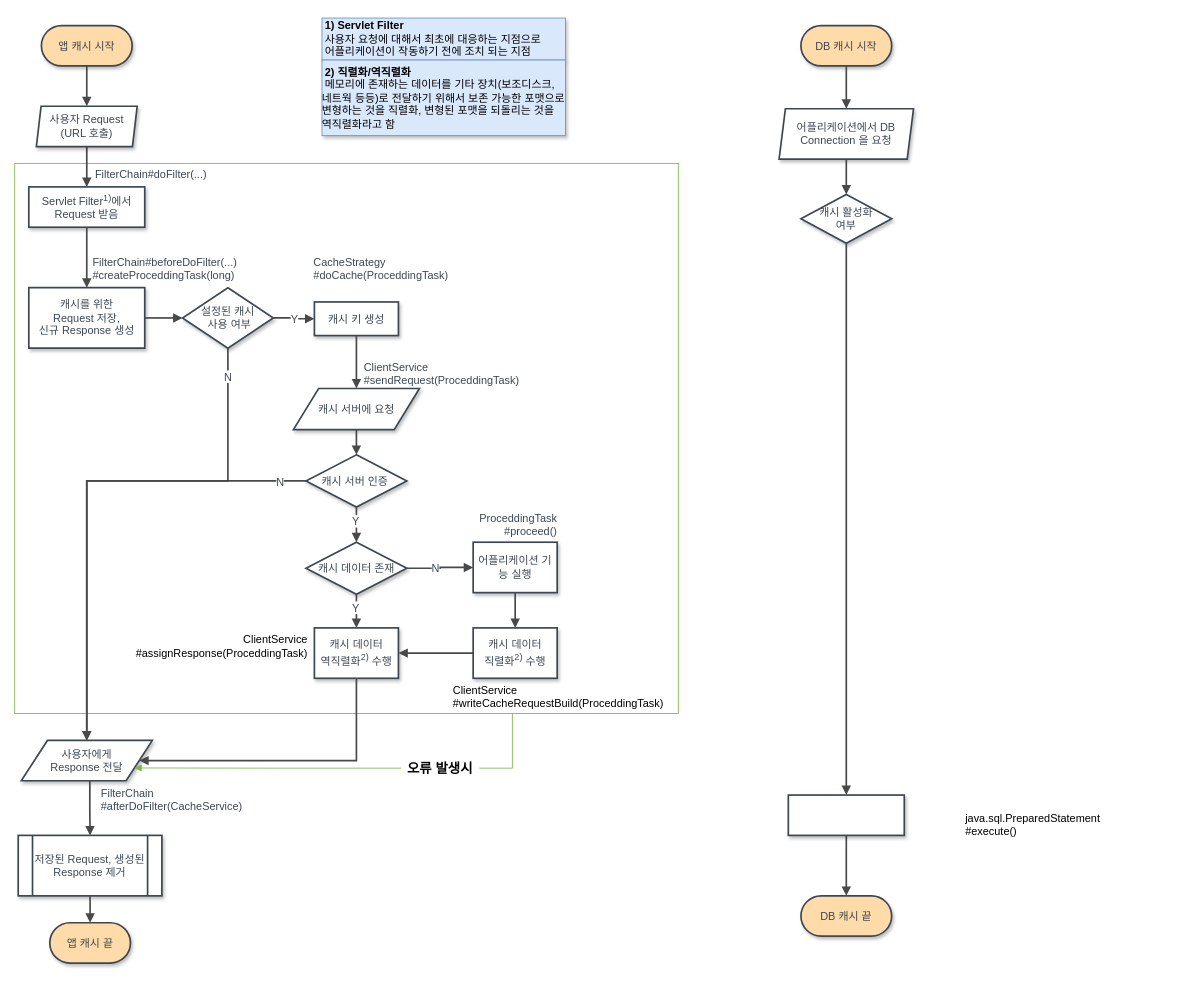
Above: page "Agent 앱 캐시" (2 of 3) of agent.drawio in greenn-lab/visitor-pattern (draw.io), before the change. Source tidied: cells renumbered, new cells numbered last; positions are measured from the earlier drawing's top-left corner, leaving out a move shared by most shapes. Both pictures are drawn from the tidied source at 84%, with x=0, y=0 at pixel (14, 18).
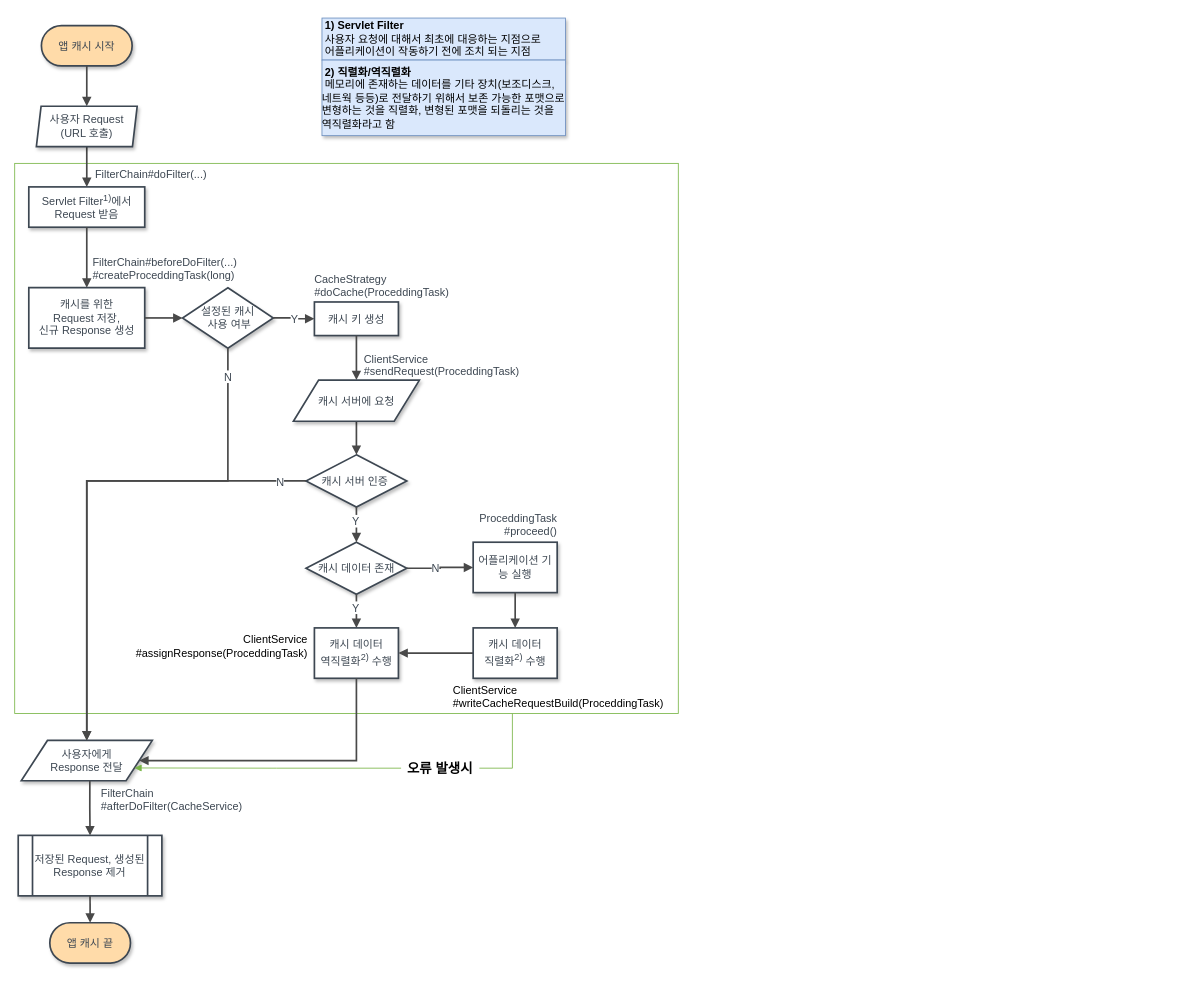
The same diagram, later.

The edit, as a diff of the source:
```diff
@@
     <mxCell id="28" value="&lt;div style=&quot;font-size: 13px;&quot;&gt;&lt;span style=&quot;font-size: 13px; color: rgb(61, 71, 82);&quot;&gt;CacheStrategy&#10;&lt;/span&gt;&lt;/div&gt;&lt;div style=&quot;font-size: 13px;&quot;&gt;&lt;span style=&quot;font-size: 13px; color: rgb(61, 71, 82);&quot;&gt;#doCache(ProceddingTask)&lt;/span&gt;&lt;/div&gt;" style="html=1;whiteSpace=wrap;whiteSpace=wrap;overflow=width;spacing=3;verticalAlign=bottom;strokeColor=none;fillOpacity=0;fillColor=#ffffff;strokeWidth=0;fontFamily=Helvetica;fontSize=13;align=left;" parent="1" vertex="1">
-      <mxGeometry x="355.8" y="268" width="201" height="46" as="geometry" />
+      <mxGeometry x="356.8" y="288" width="201" height="46" as="geometry" />
     </mxCell>
-    <mxCell id="29" value="&lt;div style=&quot;font-size: 13px;&quot;&gt;&lt;span style=&quot;font-size: 13px; color: rgb(61, 71, 82);&quot;&gt;ClientService&#10;&lt;/span&gt;&lt;/div&gt;&lt;div style=&quot;font-size: 13px;&quot;&gt;&lt;span style=&quot;font-size: 13px; color: rgb(61, 71, 82);&quot;&gt;#sendRequest(ProceddingTask)&lt;/span&gt;&lt;/div&gt;" style="html=1;whiteSpace=wrap;whiteSpace=wrap;overflow=width;spacing=3;verticalAlign=bottom;strokeColor=none;fillOpacity=0;fillColor=#ffffff;strokeWidth=0;fontFamily=Helvetica;fontSize=13;align=left;" parent="1" vertex="1">
-      <mxGeometry x="415.8" y="393" width="201" height="46" as="geometry" />
-    </mxCell>
-    <mxCell id="30" value="캐시 서버에 요청" style="html=1;whiteSpace=wrap;shape=parallelogram;perimeter=parallelogramPerimeter;anchorPointDirection=0;whiteSpace=wrap;fontSize=13;fontColor=#3d4752;align=center;spacing=3;strokeColor=#3d4752;strokeOpacity=100;fillOpacity=100;shadow=1;fillColor=#ffffff;strokeWidth=2;fontFamily=Helvetica;" parent="1" vertex="1">
-      <mxGeometry x="331.8" y="441" width="150" height="49" as="geometry" />
-    </mxCell>
@@
-    <mxCell id="55" value="DB 캐시 시작" style="html=1;whiteSpace=wrap;rounded=1;arcSize=50;whiteSpace=wrap;fontSize=13;fontColor=#3d4752;align=center;spacing=9;strokeColor=#3d4752;strokeOpacity=100;fillOpacity=100;shadow=1;fillColor=#ffdba9;strokeWidth=2;fontFamily=Helvetica;" parent="1" vertex="1">
-      <mxGeometry x="936" y="9" width="108" height="48" as="geometry" />
-    </mxCell>
-    <mxCell id="56" value="DB 캐시 끝" style="html=1;whiteSpace=wrap;rounded=1;arcSize=50;whiteSpace=wrap;fontSize=13;fontColor=#3d4752;align=center;spacing=9;strokeColor=#3d4752;strokeOpacity=100;fillOpacity=100;shadow=1;fillColor=#ffdba9;strokeWidth=2;fontFamily=Helvetica;" parent="1" vertex="1">
-      <mxGeometry x="936" y="1045" width="108" height="48" as="geometry" />
-    </mxCell>
-    <mxCell id="57" value="어플리케이션에서 DB Connection 을 요청" style="html=1;whiteSpace=wrap;shape=parallelogram;perimeter=parallelogramPerimeter;anchorPointDirection=0;whiteSpace=wrap;fontSize=13;fontColor=#3d4752;align=center;spacing=3;strokeColor=#3d4752;strokeOpacity=100;fillOpacity=100;shadow=1;fillColor=#ffffff;strokeWidth=2;fontFamily=Helvetica;size=0.046875;" parent="1" vertex="1">
-      <mxGeometry x="910" y="108" width="160" height="60" as="geometry" />
-    </mxCell>
-    <mxCell id="58" value="캐시 활성화&lt;br&gt;여부" style="html=1;whiteSpace=wrap;rhombus;whiteSpace=wrap;fontSize=13;fontColor=#3d4752;align=center;spacing=3;strokeColor=#3d4752;strokeOpacity=100;fillOpacity=100;shadow=1;fillColor=#ffffff;strokeWidth=2;fontFamily=Helvetica;" parent="1" vertex="1">
-      <mxGeometry x="936" y="210" width="108" height="58" as="geometry" />
-    </mxCell>
-    <mxCell id="59" style="html=1;jettySize=18;whiteSpace=wrap;fontSize=13;strokeColor=#494949;strokeWidth=2;rounded=1;arcSize=0;edgeStyle=orthogonalEdgeStyle;startArrow=none;endArrow=block;endFill=1;exitX=0.5;exitY=1;fontFamily=Helvetica;exitDx=0;exitDy=0;entryX=0.5;entryY=0;entryDx=0;entryDy=0;" parent="1" edge="1" source="55" target="57">
-      <mxGeometry relative="1" as="geometry" />
-    </mxCell>
-    <mxCell id="60" style="html=1;jettySize=18;whiteSpace=wrap;fontSize=13;strokeColor=#494949;strokeWidth=2;rounded=1;arcSize=0;edgeStyle=orthogonalEdgeStyle;startArrow=none;endArrow=block;endFill=1;exitX=0.5;exitY=1;fontFamily=Helvetica;exitDx=0;exitDy=0;entryX=0.5;entryY=0;entryDx=0;entryDy=0;" parent="1" edge="1" source="57" target="58">
-      <mxGeometry relative="1" as="geometry" />
-    </mxCell>
-    <mxCell id="61" style="html=1;jettySize=18;whiteSpace=wrap;fontSize=13;strokeColor=#494949;strokeWidth=2;rounded=1;arcSize=0;edgeStyle=orthogonalEdgeStyle;startArrow=none;endArrow=block;endFill=1;exitX=0.5;exitY=1;fontFamily=Helvetica;exitDx=0;exitDy=0;entryX=0.5;entryY=0;entryDx=0;entryDy=0;" parent="1" edge="1" source="62" target="56">
-      <mxGeometry relative="1" as="geometry" />
-    </mxCell>
-    <mxCell id="62" value="&lt;div style=&quot;text-align: center ; font-size: 13px&quot;&gt;&lt;br&gt;&lt;/div&gt;" style="html=1;whiteSpace=wrap;whiteSpace=wrap;overflow=width;spacing=7;strokeColor=#3d4752;strokeOpacity=100;fillOpacity=100;shadow=1;fillColor=#ffffff;strokeWidth=2;fontFamily=Helvetica;fontSize=13;" parent="1" vertex="1">
-      <mxGeometry x="921" y="925" width="138" height="48" as="geometry" />
-    </mxCell>
-    <mxCell id="63" style="html=1;jettySize=18;whiteSpace=wrap;fontSize=13;strokeColor=#494949;strokeWidth=2;rounded=1;arcSize=0;edgeStyle=orthogonalEdgeStyle;startArrow=none;endArrow=block;endFill=1;exitX=0.5;exitY=1;fontFamily=Helvetica;exitDx=0;exitDy=0;entryX=0.5;entryY=0;entryDx=0;entryDy=0;" parent="1" edge="1" source="58" target="62">
-      <mxGeometry relative="1" as="geometry" />
-    </mxCell>
-    <mxCell id="64" value="java.sql.PreparedStatement&lt;br&gt;#execute()" style="text;whiteSpace=wrap;html=1;fontSize=13;fontFamily=Helvetica;" parent="1" vertex="1">
-      <mxGeometry x="1130" y="938" width="240" height="30" as="geometry" />
-    </mxCell>
+    <mxCell id="65" style="group;" parent="1" vertex="1">
+      <mxGeometry x="331.8" y="383" width="285" height="97" as="geometry" />
+    </mxCell>
+    <mxCell id="29" value="&lt;div style=&quot;font-size: 13px;&quot;&gt;&lt;span style=&quot;font-size: 13px; color: rgb(61, 71, 82);&quot;&gt;ClientService&#10;&lt;/span&gt;&lt;/div&gt;&lt;div style=&quot;font-size: 13px;&quot;&gt;&lt;span style=&quot;font-size: 13px; color: rgb(61, 71, 82);&quot;&gt;#sendRequest(ProceddingTask)&lt;/span&gt;&lt;/div&gt;" style="html=1;whiteSpace=wrap;whiteSpace=wrap;overflow=width;spacing=3;verticalAlign=bottom;strokeColor=none;fillOpacity=0;fillColor=#ffffff;strokeWidth=0;fontFamily=Helvetica;fontSize=13;align=left;" parent="65" vertex="1">
+      <mxGeometry x="84" width="201" height="46" as="geometry" />
+    </mxCell>
+    <mxCell id="30" value="캐시 서버에 요청" style="html=1;whiteSpace=wrap;shape=parallelogram;perimeter=parallelogramPerimeter;anchorPointDirection=0;whiteSpace=wrap;fontSize=13;fontColor=#3d4752;align=center;spacing=3;strokeColor=#3d4752;strokeOpacity=100;fillOpacity=100;shadow=1;fillColor=#ffffff;strokeWidth=2;fontFamily=Helvetica;" parent="65" vertex="1">
+      <mxGeometry y="48" width="150" height="49" as="geometry" />
+    </mxCell>
```
